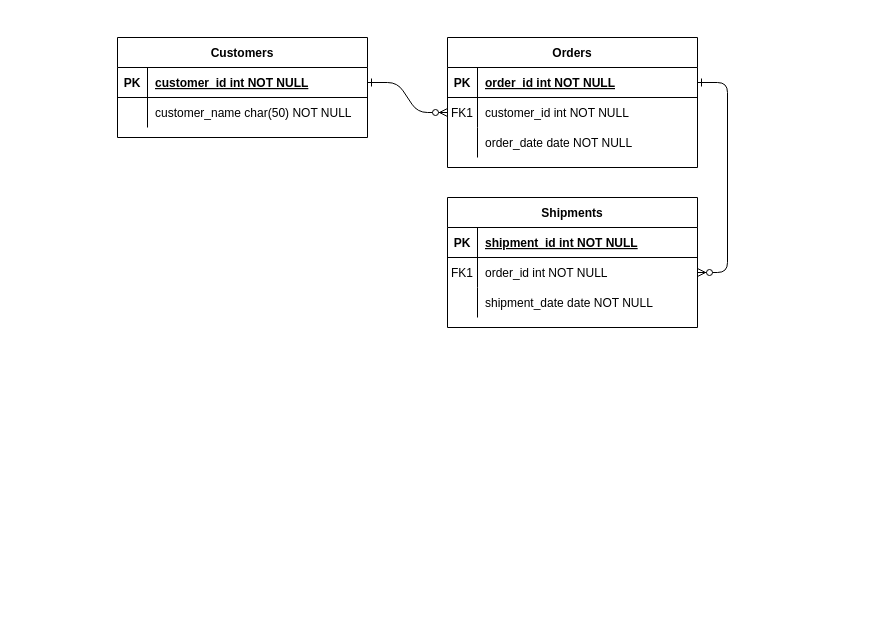
Earlier version of the draw.io diagram 未命名绘图.drawio (wangzuo2023/testCI). Source tidied: cells renumbered, new cells numbered last; positions are measured from the earlier drawing's top-left corner, leaving out a move shared by most shapes. Both pictures are drawn from the tidied source at 100%, with x=0, y=0 at pixel (117, 37).
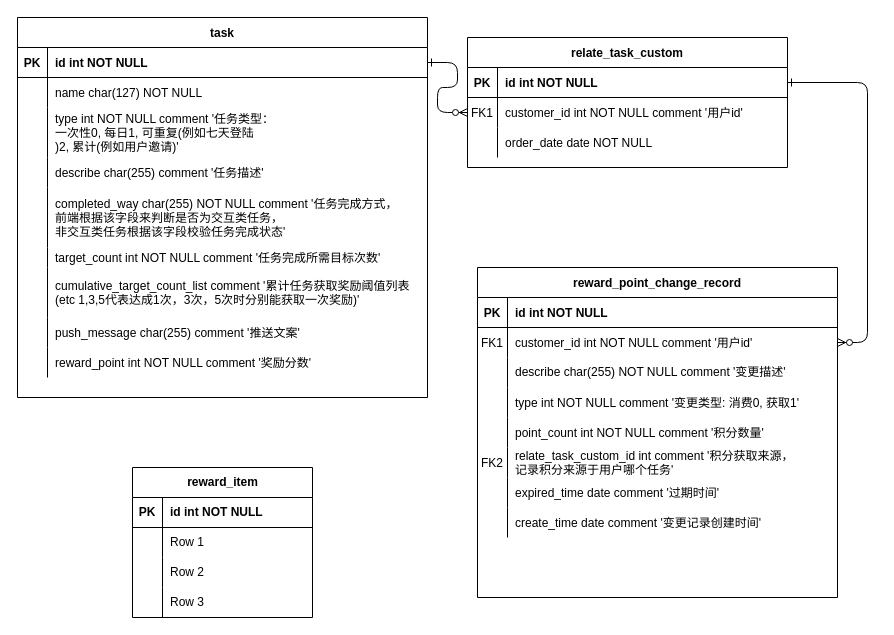
After the change.

Commit message:
更新未命名绘图.drawio

Change to the diagram source:
```diff
@@
-    <mxCell id="4" value="Orders" style="shape=table;startSize=30;childLayout=tableLayout;rowLines=0;fontStyle=1;align=center;" parent="1" vertex="1">
-      <mxGeometry x="330" width="250" height="130" as="geometry" />
+    <mxCell id="4" value="relate_task_custom" style="shape=table;startSize=30;childLayout=tableLayout;rowLines=0;fontStyle=1;align=center;" parent="1" vertex="1">
+      <mxGeometry x="350" width="320" height="130" as="geometry" />
     </mxCell>
     <mxCell id="5" style="shape=partialRectangle;fillColor=none;points=[[0,0.5],[1,0.5]];portConstraint=eastwest;top=0;left=0;right=0;bottom=1;" parent="4" vertex="1">
-      <mxGeometry y="30" width="250" height="30" as="geometry" />
+      <mxGeometry y="30" width="320" height="30" as="geometry" />
     </mxCell>
@@
-    <mxCell id="7" value="order_id int NOT NULL " style="shape=partialRectangle;overflow=hidden;fillColor=none;top=0;left=0;bottom=0;right=0;align=left;spacingLeft=6;fontStyle=5;" parent="5" vertex="1">
-      <mxGeometry x="30" width="220" height="30" as="geometry" />
+    <mxCell id="7" value="id int NOT NULL " style="shape=partialRectangle;overflow=hidden;fillColor=none;top=0;left=0;bottom=0;right=0;align=left;spacingLeft=6;fontStyle=1;" parent="5" vertex="1">
+      <mxGeometry x="30" width="290" height="30" as="geometry" />
     </mxCell>
     <mxCell id="8" style="shape=partialRectangle;fillColor=none;points=[[0,0.5],[1,0.5]];portConstraint=eastwest;top=0;left=0;right=0;bottom=0;" parent="4" vertex="1">
-      <mxGeometry y="60" width="250" height="30" as="geometry" />
+      <mxGeometry y="60" width="320" height="30" as="geometry" />
     </mxCell>
@@
-    <mxCell id="10" value="customer_id int NOT NULL" style="shape=partialRectangle;overflow=hidden;fillColor=none;top=0;left=0;bottom=0;right=0;align=left;spacingLeft=6;" parent="8" vertex="1">
-      <mxGeometry x="30" width="220" height="30" as="geometry" />
+    <mxCell id="10" value="customer_id int NOT NULL comment '用户id'" style="shape=partialRectangle;overflow=hidden;fillColor=none;top=0;left=0;bottom=0;right=0;align=left;spacingLeft=6;" parent="8" vertex="1">
+      <mxGeometry x="30" width="290" height="30" as="geometry" />
     </mxCell>
     <mxCell id="11" style="shape=partialRectangle;fillColor=none;top=0;left=0;right=0;bottom=0;" parent="4" vertex="1">
-      <mxGeometry y="90" width="250" height="30" as="geometry" />
+      <mxGeometry y="90" width="320" height="30" as="geometry" />
     </mxCell>
@@
     <mxCell id="13" value="order_date date NOT NULL" style="shape=partialRectangle;overflow=hidden;fillColor=none;top=0;left=0;bottom=0;right=0;align=left;spacingLeft=6;" parent="11" vertex="1">
-      <mxGeometry x="30" width="220" height="30" as="geometry" />
+      <mxGeometry x="30" width="290" height="30" as="geometry" />
     </mxCell>
-    <mxCell id="14" value="Shipments" style="shape=table;startSize=30;childLayout=tableLayout;rowLines=0;fontStyle=1;align=center;" parent="1" vertex="1">
-      <mxGeometry x="330" y="160" width="250" height="130" as="geometry" />
+    <mxCell id="14" value="reward_point_change_record" style="shape=table;startSize=30;childLayout=tableLayout;rowLines=0;fontStyle=1;align=center;" parent="1" vertex="1">
+      <mxGeometry x="360" y="230" width="360" height="330" as="geometry" />
     </mxCell>
     <mxCell id="15" style="shape=partialRectangle;fillColor=none;top=0;left=0;right=0;bottom=1;" parent="14" vertex="1">
-      <mxGeometry y="30" width="250" height="30" as="geometry" />
+      <mxGeometry y="30" width="360" height="30" as="geometry" />
     </mxCell>
@@
-    <mxCell id="17" value="shipment_id int NOT NULL " style="shape=partialRectangle;overflow=hidden;fillColor=none;top=0;left=0;bottom=0;right=0;align=left;spacingLeft=6;fontStyle=5;" parent="15" vertex="1">
-      <mxGeometry x="30" width="220" height="30" as="geometry" />
+    <mxCell id="17" value="id int NOT NULL " style="shape=partialRectangle;overflow=hidden;fillColor=none;top=0;left=0;bottom=0;right=0;align=left;spacingLeft=6;fontStyle=1;" parent="15" vertex="1">
+      <mxGeometry x="30" width="330" height="30" as="geometry" />
     </mxCell>
     <mxCell id="18" style="shape=partialRectangle;fillColor=none;points=[[0,0.5],[1,0.5]];portConstraint=eastwest;top=0;left=0;right=0;bottom=0;" parent="14" vertex="1">
-      <mxGeometry y="60" width="250" height="30" as="geometry" />
+      <mxGeometry y="60" width="360" height="30" as="geometry" />
     </mxCell>
@@
-    <mxCell id="20" value="order_id int NOT NULL" style="shape=partialRectangle;overflow=hidden;fillColor=none;top=0;left=0;bottom=0;right=0;align=left;spacingLeft=6;" parent="18" vertex="1">
-      <mxGeometry x="30" width="220" height="30" as="geometry" />
+    <mxCell id="20" value="customer_id int NOT NULL comment '用户id'" style="shape=partialRectangle;overflow=hidden;fillColor=none;top=0;left=0;bottom=0;right=0;align=left;spacingLeft=6;" parent="18" vertex="1">
+      <mxGeometry x="30" width="330" height="30" as="geometry" />
     </mxCell>
+    <mxCell id="31" style="shape=tableRow;horizontal=0;startSize=0;swimlaneHead=0;swimlaneBody=0;fillColor=none;top=0;left=0;right=0;bottom=0;" parent="14" vertex="1">
+      <mxGeometry y="90" width="360" height="30" as="geometry" />
+    </mxCell>
+    <mxCell id="32" style="shape=partialRectangle;fillColor=none;top=0;left=0;bottom=0;right=0;fontStyle=0;overflow=hidden;whiteSpace=wrap;html=1;" parent="31" vertex="1">
+      <mxGeometry width="30" height="30" as="geometry" />
+    </mxCell>
+    <mxCell id="33" value="describe char(255) NOT NULL comment '变更描述'" style="shape=partialRectangle;fillColor=none;top=0;left=0;bottom=0;right=0;align=left;spacingLeft=6;fontStyle=0;overflow=hidden;whiteSpace=wrap;html=1;" parent="31" vertex="1">
+      <mxGeometry x="30" width="330" height="30" as="geometry" />
+    </mxCell>
     <mxCell id="21" style="shape=partialRectangle;fillColor=none;top=0;left=0;right=0;bottom=0;" parent="14" vertex="1">
-      <mxGeometry y="90" width="250" height="30" as="geometry" />
+      <mxGeometry y="120" width="360" height="30" as="geometry" />
     </mxCell>
@@
-    <mxCell id="23" value="shipment_date date NOT NULL" style="shape=partialRectangle;overflow=hidden;fillColor=none;top=0;left=0;bottom=0;right=0;align=left;spacingLeft=6;" parent="21" vertex="1">
-      <mxGeometry x="30" width="220" height="30" as="geometry" />
+    <mxCell id="23" value="type int NOT NULL comment '变更类型: 消费0, 获取1'" style="shape=partialRectangle;overflow=hidden;fillColor=none;top=0;left=0;bottom=0;right=0;align=left;spacingLeft=6;" parent="21" vertex="1">
+      <mxGeometry x="30" width="330" height="30" as="geometry" />
     </mxCell>
+    <mxCell id="34" style="shape=tableRow;horizontal=0;startSize=0;swimlaneHead=0;swimlaneBody=0;fillColor=none;top=0;left=0;right=0;bottom=0;" parent="14" vertex="1">
+      <mxGeometry y="150" width="360" height="30" as="geometry" />
+    </mxCell>
+    <mxCell id="35" style="shape=partialRectangle;fillColor=none;top=0;left=0;bottom=0;right=0;overflow=hidden;" parent="34" vertex="1">
+      <mxGeometry width="30" height="30" as="geometry" />
+    </mxCell>
+    <mxCell id="36" value="point_count int NOT NULL comment '积分数量'" style="shape=partialRectangle;fillColor=none;top=0;left=0;bottom=0;right=0;align=left;spacingLeft=6;overflow=hidden;" parent="34" vertex="1">
+      <mxGeometry x="30" width="330" height="30" as="geometry" />
+    </mxCell>
+    <mxCell id="37" style="shape=tableRow;horizontal=0;startSize=0;swimlaneHead=0;swimlaneBody=0;fillColor=none;top=0;left=0;right=0;bottom=0;" parent="14" vertex="1">
+      <mxGeometry y="180" width="360" height="30" as="geometry" />
+    </mxCell>
+    <mxCell id="38" value="FK2" style="shape=partialRectangle;fillColor=none;top=0;left=0;bottom=0;right=0;overflow=hidden;" parent="37" vertex="1">
+      <mxGeometry width="30" height="30" as="geometry" />
+    </mxCell>
+    <mxCell id="39" value="relate_task_custom_id int comment '积分获取来源，&#10;记录积分来源于用户哪个任务'" style="shape=partialRectangle;fillColor=none;top=0;left=0;bottom=0;right=0;align=left;spacingLeft=6;overflow=hidden;" parent="37" vertex="1">
+      <mxGeometry x="30" width="330" height="30" as="geometry" />
+    </mxCell>
+    <mxCell id="40" style="shape=tableRow;horizontal=0;startSize=0;swimlaneHead=0;swimlaneBody=0;fillColor=none;top=0;left=0;right=0;bottom=0;" parent="14" vertex="1">
+      <mxGeometry y="210" width="360" height="30" as="geometry" />
+    </mxCell>
+    <mxCell id="41" style="shape=partialRectangle;fillColor=none;top=0;left=0;bottom=0;right=0;overflow=hidden;" parent="40" vertex="1">
+      <mxGeometry width="30" height="30" as="geometry" />
+    </mxCell>
+    <mxCell id="42" value="expired_time date comment '过期时间'" style="shape=partialRectangle;fillColor=none;top=0;left=0;bottom=0;right=0;align=left;spacingLeft=6;overflow=hidden;" parent="40" vertex="1">
+      <mxGeometry x="30" width="330" height="30" as="geometry" />
+    </mxCell>
+    <mxCell id="43" style="shape=tableRow;horizontal=0;startSize=0;swimlaneHead=0;swimlaneBody=0;fillColor=none;top=0;left=0;right=0;bottom=0;" parent="14" vertex="1">
+      <mxGeometry y="240" width="360" height="30" as="geometry" />
+    </mxCell>
+    <mxCell id="44" style="shape=partialRectangle;fillColor=none;top=0;left=0;bottom=0;right=0;overflow=hidden;" parent="43" vertex="1">
+      <mxGeometry width="30" height="30" as="geometry" />
+    </mxCell>
+    <mxCell id="45" value="create_time date comment '变更记录创建时间'" style="shape=partialRectangle;fillColor=none;top=0;left=0;bottom=0;right=0;align=left;spacingLeft=6;overflow=hidden;" parent="43" vertex="1">
+      <mxGeometry x="30" width="330" height="30" as="geometry" />
+    </mxCell>
-    <mxCell id="24" value="Customers" style="shape=table;startSize=30;childLayout=tableLayout;rowLines=0;fontStyle=1;align=center;" parent="1" vertex="1">
-      <mxGeometry width="250" height="100" as="geometry" />
+    <mxCell id="24" value="task" style="shape=table;startSize=30;childLayout=tableLayout;rowLines=0;fontStyle=1;align=center;" parent="1" vertex="1">
+      <mxGeometry x="-100" y="-20" width="410" height="380" as="geometry" />
     </mxCell>
     <mxCell id="25" style="shape=partialRectangle;fillColor=none;points=[[0,0.5],[1,0.5]];portConstraint=eastwest;top=0;left=0;right=0;bottom=1;" parent="24" vertex="1">
-      <mxGeometry y="30" width="250" height="30" as="geometry" />
+      <mxGeometry y="30" width="410" height="30" as="geometry" />
     </mxCell>
@@
-    <mxCell id="27" value="customer_id int NOT NULL " style="shape=partialRectangle;overflow=hidden;fillColor=none;top=0;left=0;bottom=0;right=0;align=left;spacingLeft=6;fontStyle=5;" parent="25" vertex="1">
-      <mxGeometry x="30" width="220" height="30" as="geometry" />
+    <mxCell id="27" value="id int NOT NULL " style="shape=partialRectangle;overflow=hidden;fillColor=none;top=0;left=0;bottom=0;right=0;align=left;spacingLeft=6;fontStyle=1;" parent="25" vertex="1">
+      <mxGeometry x="30" width="380" height="30" as="geometry" />
     </mxCell>
     <mxCell id="28" style="shape=partialRectangle;fillColor=none;top=0;left=0;right=0;bottom=0;" parent="24" vertex="1">
-      <mxGeometry y="60" width="250" height="30" as="geometry" />
+      <mxGeometry y="60" width="410" height="30" as="geometry" />
     </mxCell>
@@
-    <mxCell id="30" value="customer_name char(50) NOT NULL" style="shape=partialRectangle;overflow=hidden;fillColor=none;top=0;left=0;bottom=0;right=0;align=left;spacingLeft=6;" parent="28" vertex="1">
-      <mxGeometry x="30" width="220" height="30" as="geometry" />
+    <mxCell id="30" value="name char(127) NOT NULL" style="shape=partialRectangle;overflow=hidden;fillColor=none;top=0;left=0;bottom=0;right=0;align=left;spacingLeft=6;" parent="28" vertex="1">
+      <mxGeometry x="30" width="380" height="30" as="geometry" />
     </mxCell>
+    <mxCell id="46" style="shape=tableRow;horizontal=0;startSize=0;swimlaneHead=0;swimlaneBody=0;fillColor=none;top=0;left=0;right=0;bottom=0;" parent="24" vertex="1">
+      <mxGeometry y="90" width="410" height="50" as="geometry" />
+    </mxCell>
+    <mxCell id="47" style="shape=partialRectangle;fillColor=none;top=0;left=0;bottom=0;right=0;overflow=hidden;" parent="46" vertex="1">
+      <mxGeometry width="30" height="50" as="geometry" />
+    </mxCell>
+    <mxCell id="48" value="type int NOT NULL comment '任务类型：&#10;一次性0, 每日1, 可重复(例如七天登陆&#10;)2, 累计(例如用户邀请)'" style="shape=partialRectangle;fillColor=none;top=0;left=0;bottom=0;right=0;align=left;spacingLeft=6;overflow=hidden;verticalAlign=middle;" parent="46" vertex="1">
+      <mxGeometry x="30" width="380" height="50" as="geometry" />
+    </mxCell>
+    <mxCell id="49" style="shape=tableRow;horizontal=0;startSize=0;swimlaneHead=0;swimlaneBody=0;fillColor=none;top=0;left=0;right=0;bottom=0;" parent="24" vertex="1">
+      <mxGeometry y="140" width="410" height="30" as="geometry" />
+    </mxCell>
+    <mxCell id="50" style="shape=partialRectangle;fillColor=none;top=0;left=0;bottom=0;right=0;overflow=hidden;" parent="49" vertex="1">
+      <mxGeometry width="30" height="30" as="geometry" />
+    </mxCell>
+    <mxCell id="51" value="describe char(255) comment '任务描述'" style="shape=partialRectangle;fillColor=none;top=0;left=0;bottom=0;right=0;align=left;spacingLeft=6;overflow=hidden;" parent="49" vertex="1">
+      <mxGeometry x="30" width="380" height="30" as="geometry" />
+    </mxCell>
+    <mxCell id="52" style="shape=tableRow;horizontal=0;startSize=0;swimlaneHead=0;swimlaneBody=0;fillColor=none;top=0;left=0;right=0;bottom=0;" parent="24" vertex="1">
+      <mxGeometry y="170" width="410" height="60" as="geometry" />
+    </mxCell>
+    <mxCell id="53" style="shape=partialRectangle;fillColor=none;top=0;left=0;bottom=0;right=0;overflow=hidden;" parent="52" vertex="1">
+      <mxGeometry width="30" height="60" as="geometry" />
+    </mxCell>
+    <mxCell id="54" value="completed_way char(255) NOT NULL comment '任务完成方式，&#10;前端根据该字段来判断是否为交互类任务，&#10;非交互类任务根据该字段校验任务完成状态'" style="shape=partialRectangle;fillColor=none;top=0;left=0;bottom=0;right=0;align=left;spacingLeft=6;overflow=hidden;" parent="52" vertex="1">
+      <mxGeometry x="30" width="380" height="60" as="geometry" />
+    </mxCell>
+    <mxCell id="55" style="shape=tableRow;horizontal=0;startSize=0;swimlaneHead=0;swimlaneBody=0;fillColor=none;top=0;left=0;right=0;bottom=0;" parent="24" vertex="1">
+      <mxGeometry y="230" width="410" height="20" as="geometry" />
+    </mxCell>
+    <mxCell id="56" style="shape=partialRectangle;fillColor=none;top=0;left=0;bottom=0;right=0;overflow=hidden;" parent="55" vertex="1">
+      <mxGeometry width="30" height="20" as="geometry" />
+    </mxCell>
+    <mxCell id="57" value="target_count int NOT NULL comment '任务完成所需目标次数'" style="shape=partialRectangle;fillColor=none;top=0;left=0;bottom=0;right=0;align=left;spacingLeft=6;overflow=hidden;" parent="55" vertex="1">
+      <mxGeometry x="30" width="380" height="20" as="geometry" />
+    </mxCell>
+    <mxCell id="58" style="shape=tableRow;horizontal=0;startSize=0;swimlaneHead=0;swimlaneBody=0;fillColor=none;top=0;left=0;right=0;bottom=0;" parent="24" vertex="1">
+      <mxGeometry y="250" width="410" height="50" as="geometry" />
+    </mxCell>
+    <mxCell id="59" style="shape=partialRectangle;fillColor=none;top=0;left=0;bottom=0;right=0;overflow=hidden;" parent="58" vertex="1">
+      <mxGeometry width="30" height="50" as="geometry" />
+    </mxCell>
+    <mxCell id="60" value="cumulative_target_count_list comment '累计任务获取奖励阈值列表&#10;(etc 1,3,5代表达成1次，3次，5次时分别能获取一次奖励)'" style="shape=partialRectangle;fillColor=none;top=0;left=0;bottom=0;right=0;align=left;spacingLeft=6;overflow=hidden;" parent="58" vertex="1">
+      <mxGeometry x="30" width="380" height="50" as="geometry" />
+    </mxCell>
+    <mxCell id="61" style="shape=tableRow;horizontal=0;startSize=0;swimlaneHead=0;swimlaneBody=0;fillColor=none;top=0;left=0;right=0;bottom=0;" parent="24" vertex="1">
+      <mxGeometry y="300" width="410" height="30" as="geometry" />
+    </mxCell>
+    <mxCell id="62" style="shape=partialRectangle;fillColor=none;top=0;left=0;bottom=0;right=0;overflow=hidden;" parent="61" vertex="1">
+      <mxGeometry width="30" height="30" as="geometry" />
+    </mxCell>
+    <mxCell id="63" value="push_message char(255) comment '推送文案'" style="shape=partialRectangle;fillColor=none;top=0;left=0;bottom=0;right=0;align=left;spacingLeft=6;overflow=hidden;" parent="61" vertex="1">
+      <mxGeometry x="30" width="380" height="30" as="geometry" />
+    </mxCell>
+    <mxCell id="64" style="shape=tableRow;horizontal=0;startSize=0;swimlaneHead=0;swimlaneBody=0;fillColor=none;top=0;left=0;right=0;bottom=0;" parent="24" vertex="1">
+      <mxGeometry y="330" width="410" height="30" as="geometry" />
+    </mxCell>
+    <mxCell id="65" style="shape=partialRectangle;fillColor=none;top=0;left=0;bottom=0;right=0;overflow=hidden;" parent="64" vertex="1">
+      <mxGeometry width="30" height="30" as="geometry" />
+    </mxCell>
+    <mxCell id="66" value="reward_point int NOT NULL comment '奖励分数'" style="shape=partialRectangle;fillColor=none;top=0;left=0;bottom=0;right=0;align=left;spacingLeft=6;overflow=hidden;" parent="64" vertex="1">
+      <mxGeometry x="30" width="380" height="30" as="geometry" />
+    </mxCell>
+    <mxCell id="67" value="reward_item" style="shape=table;startSize=30;childLayout=tableLayout;rowLines=0;fontStyle=1;align=center;html=1;strokeColor=default;" parent="1" vertex="1">
+      <mxGeometry x="15" y="430" width="180" height="150" as="geometry" />
+    </mxCell>
+    <mxCell id="68" style="shape=tableRow;horizontal=0;startSize=0;swimlaneHead=0;swimlaneBody=0;fillColor=none;top=0;left=0;right=0;bottom=1;" parent="67" vertex="1">
+      <mxGeometry y="30" width="180" height="30" as="geometry" />
+    </mxCell>
+    <mxCell id="69" value="PK" style="shape=partialRectangle;fillColor=none;top=0;left=0;bottom=0;right=0;fontStyle=1;overflow=hidden;whiteSpace=wrap;html=1;" parent="68" vertex="1">
+      <mxGeometry width="30" height="30" as="geometry" />
+    </mxCell>
+    <mxCell id="70" value="id int NOT NULL" style="shape=partialRectangle;fillColor=none;top=0;left=0;bottom=0;right=0;align=left;spacingLeft=6;fontStyle=1;overflow=hidden;whiteSpace=wrap;html=1;" parent="68" vertex="1">
+      <mxGeometry x="30" width="150" height="30" as="geometry" />
+    </mxCell>
+    <mxCell id="71" style="shape=tableRow;horizontal=0;startSize=0;swimlaneHead=0;swimlaneBody=0;fillColor=none;top=0;left=0;right=0;bottom=0;" parent="67" vertex="1">
+      <mxGeometry y="60" width="180" height="30" as="geometry" />
+    </mxCell>
+    <mxCell id="72" style="shape=partialRectangle;fillColor=none;top=0;left=0;bottom=0;right=0;overflow=hidden;whiteSpace=wrap;html=1;" parent="71" vertex="1">
+      <mxGeometry width="30" height="30" as="geometry" />
+    </mxCell>
+    <mxCell id="73" value="Row 1" style="shape=partialRectangle;fillColor=none;top=0;left=0;bottom=0;right=0;align=left;spacingLeft=6;overflow=hidden;whiteSpace=wrap;html=1;" parent="71" vertex="1">
+      <mxGeometry x="30" width="150" height="30" as="geometry" />
+    </mxCell>
+    <mxCell id="74" style="shape=tableRow;horizontal=0;startSize=0;swimlaneHead=0;swimlaneBody=0;fillColor=none;top=0;left=0;right=0;bottom=0;" parent="67" vertex="1">
+      <mxGeometry y="90" width="180" height="30" as="geometry" />
+    </mxCell>
+    <mxCell id="75" style="shape=partialRectangle;fillColor=none;top=0;left=0;bottom=0;right=0;overflow=hidden;whiteSpace=wrap;html=1;" parent="74" vertex="1">
+      <mxGeometry width="30" height="30" as="geometry" />
+    </mxCell>
+    <mxCell id="76" value="Row 2" style="shape=partialRectangle;fillColor=none;top=0;left=0;bottom=0;right=0;align=left;spacingLeft=6;overflow=hidden;whiteSpace=wrap;html=1;" parent="74" vertex="1">
+      <mxGeometry x="30" width="150" height="30" as="geometry" />
+    </mxCell>
+    <mxCell id="77" style="shape=tableRow;horizontal=0;startSize=0;swimlaneHead=0;swimlaneBody=0;fillColor=none;top=0;left=0;right=0;bottom=0;" parent="67" vertex="1">
+      <mxGeometry y="120" width="180" height="30" as="geometry" />
+    </mxCell>
+    <mxCell id="78" style="shape=partialRectangle;fillColor=none;top=0;left=0;bottom=0;right=0;overflow=hidden;whiteSpace=wrap;html=1;" parent="77" vertex="1">
+      <mxGeometry width="30" height="30" as="geometry" />
+    </mxCell>
+    <mxCell id="79" value="Row 3" style="shape=partialRectangle;fillColor=none;top=0;left=0;bottom=0;right=0;align=left;spacingLeft=6;overflow=hidden;whiteSpace=wrap;html=1;" parent="77" vertex="1">
+      <mxGeometry x="30" width="150" height="30" as="geometry" />
+    </mxCell>
```
